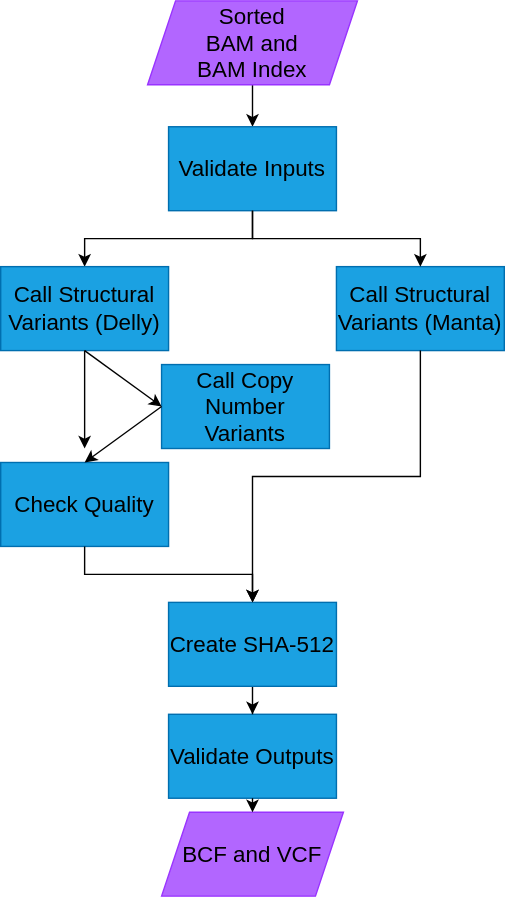
Earlier version of the draw.io export call-gSV-flowchart-diagram.drawio.svg (uclahs-cds/pipeline-call-gSV). Source tidied: cells renumbered, new cells last; positions are measured from the earlier drawing's top-left corner, leaving out a move shared by most shapes.
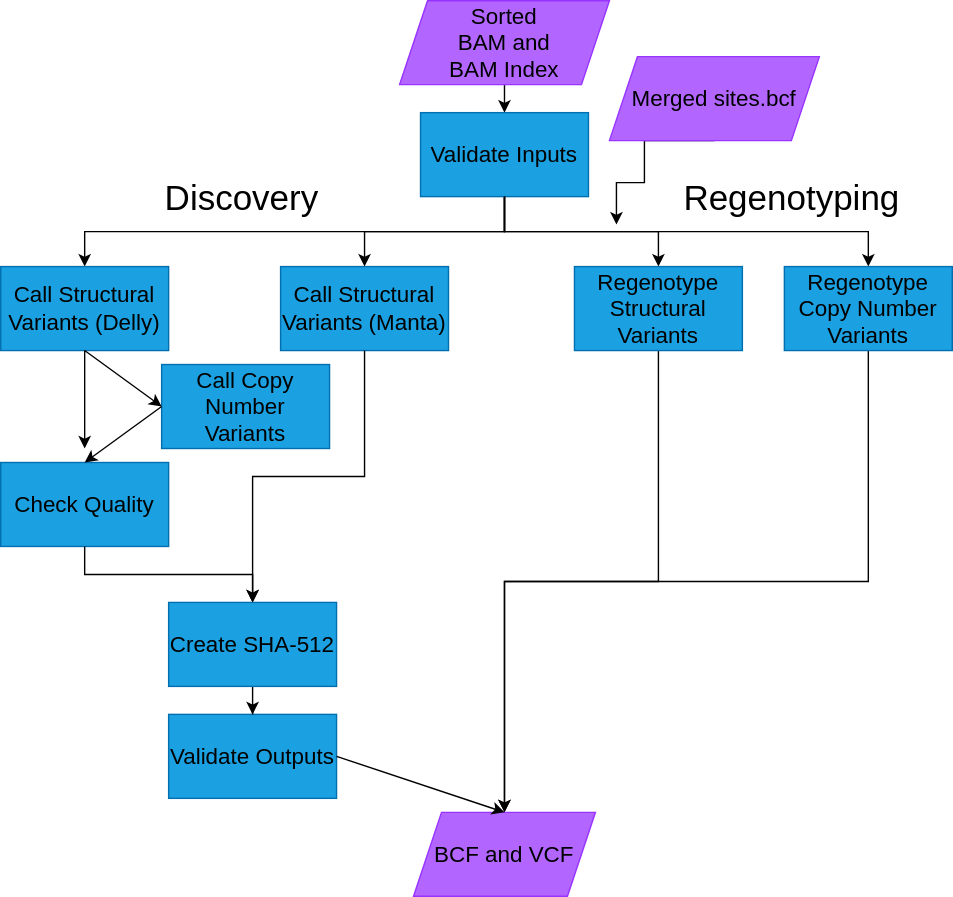
After the commit.

Commit message:
Updates to documentation for Manta and regenotype additions

The edit, as a diff of the source:
```diff
@@ -6,10 +6,16 @@
       <mxGeometry relative="1" as="geometry" />
     </mxCell>
     <mxCell id="3" value="Sorted &lt;br style=&quot;font-size: 16px;&quot;&gt;BAM and &lt;br style=&quot;font-size: 16px;&quot;&gt;BAM Index" style="shape=parallelogram;perimeter=parallelogramPerimeter;whiteSpace=wrap;html=1;fixedSize=1;fillColor=#B266FF;strokeColor=#9933FF;fontSize=16;fontColor=#000000;" parent="1" vertex="1">
-      <mxGeometry x="105" width="150" height="60" as="geometry" />
+      <mxGeometry x="285" width="150" height="60" as="geometry" />
     </mxCell>
+    <mxCell id="21" style="edgeStyle=orthogonalEdgeStyle;rounded=0;jettySize=auto;html=1;exitX=0.5;exitY=1;exitDx=0;exitDy=0;entryX=0.5;entryY=0;entryDx=0;entryDy=0;fontSize=25;" parent="1" edge="1" source="4" target="28">
+      <mxGeometry relative="1" as="geometry" />
+    </mxCell>
+    <mxCell id="22" style="edgeStyle=orthogonalEdgeStyle;rounded=0;jettySize=auto;html=1;exitX=0.5;exitY=1;exitDx=0;exitDy=0;fontSize=25;" parent="1" edge="1" source="4" target="30">
+      <mxGeometry relative="1" as="geometry" />
+    </mxCell>
     <mxCell id="4" value="Validate Inputs" style="rounded=0;whiteSpace=wrap;html=1;fillColor=#1ba1e2;strokeColor=#006EAF;fontColor=#000000;fontSize=16;" parent="1" vertex="1">
-      <mxGeometry x="120" y="90" width="120" height="60" as="geometry" />
+      <mxGeometry x="300" y="80" width="120" height="60" as="geometry" />
     </mxCell>
     <mxCell id="5" style="edgeStyle=orthogonalEdgeStyle;rounded=0;jettySize=auto;html=1;exitX=0.5;exitY=1;exitDx=0;exitDy=0;entryX=0.5;entryY=0;entryDx=0;entryDy=0;strokeColor=#000000;" parent="1" edge="1" source="4" target="6">
       <mxGeometry relative="1" as="geometry" />
@@ -27,12 +33,12 @@
       <mxGeometry x="120" y="510" width="120" height="60" as="geometry" />
     </mxCell>
     <mxCell id="10" value="BCF and VCF" style="shape=parallelogram;perimeter=parallelogramPerimeter;whiteSpace=wrap;html=1;fixedSize=1;fillColor=#B266FF;strokeColor=#9933FF;fontSize=16;fontColor=#000000;" parent="1" vertex="1">
-      <mxGeometry x="115" y="580" width="130" height="60" as="geometry" />
+      <mxGeometry x="295" y="580" width="130" height="60" as="geometry" />
     </mxCell>
     <mxCell id="11" style="edgeStyle=orthogonalEdgeStyle;rounded=0;jettySize=auto;html=1;strokeColor=#000000;" parent="1" edge="1" source="13" target="9">
       <mxGeometry relative="1" as="geometry" />
     </mxCell>
-    <mxCell id="12" style="endArrow=classic;html=1;exitX=0.5;exitY=1;exitDx=0;exitDy=0;entryX=0.5;entryY=0;entryDx=0;entryDy=0;" parent="1" edge="1" source="9" target="10">
+    <mxCell id="12" style="endArrow=classic;html=1;exitX=1;exitY=0.5;exitDx=0;exitDy=0;entryX=0.5;entryY=0;entryDx=0;entryDy=0;" parent="1" edge="1" source="9" target="10">
       <mxGeometry relative="1" as="geometry" />
     </mxCell>
     <mxCell id="13" value="Create SHA-512" style="rounded=0;whiteSpace=wrap;html=1;fillColor=#1ba1e2;strokeColor=#006EAF;fontColor=#000000;fontSize=16;" parent="1" vertex="1">
@@ -53,7 +59,7 @@
       </mxGeometry>
     </mxCell>
     <mxCell id="18" value="Call Structural Variants (Manta)" style="rounded=0;whiteSpace=wrap;html=1;fillColor=#1ba1e2;strokeColor=#006EAF;fontColor=#000000;fontSize=16;" parent="1" vertex="1">
-      <mxGeometry x="240" y="190" width="120" height="60" as="geometry" />
+      <mxGeometry x="200" y="190" width="120" height="60" as="geometry" />
     </mxCell>
     <mxCell id="19" style="edgeStyle=orthogonalEdgeStyle;rounded=0;jettySize=auto;html=1;exitX=0.5;exitY=1;exitDx=0;exitDy=0;entryX=0.5;entryY=0;entryDx=0;entryDy=0;strokeColor=#000000;" parent="1" edge="1" source="4" target="18">
       <mxGeometry relative="1" as="geometry" />
@@ -61,5 +67,40 @@
     <mxCell id="20" style="edgeStyle=orthogonalEdgeStyle;rounded=0;jettySize=auto;html=1;exitX=0.5;exitY=1;exitDx=0;exitDy=0;entryX=0.5;entryY=0;entryDx=0;entryDy=0;strokeColor=#000000;" parent="1" edge="1" source="18" target="13">
       <mxGeometry relative="1" as="geometry" />
     </mxCell>
+    <mxCell id="23" style="edgeStyle=orthogonalEdgeStyle;rounded=0;jettySize=auto;html=1;exitX=0.5;exitY=1;exitDx=0;exitDy=0;fontSize=25;" parent="1" edge="1" source="24">
+      <mxGeometry relative="1" as="geometry">
+        <mxPoint x="440" y="160" as="targetPoint" />
+        <Array as="points">
+          <mxPoint x="460" y="100" />
+          <mxPoint x="460" y="130" />
+          <mxPoint x="440" y="130" />
+        </Array>
+      </mxGeometry>
+    </mxCell>
+    <mxCell id="24" value="Merged sites.bcf" style="shape=parallelogram;perimeter=parallelogramPerimeter;whiteSpace=wrap;html=1;fixedSize=1;fillColor=#B266FF;strokeColor=#9933FF;fontSize=16;fontColor=#000000;" parent="1" vertex="1">
+      <mxGeometry x="435" y="40" width="150" height="60" as="geometry" />
+    </mxCell>
+    <mxCell id="25" value="&lt;div style=&quot;font-size: 25px;&quot;&gt;Discovery&lt;/div&gt;" style="text;html=1;strokeColor=none;fillColor=none;align=center;verticalAlign=middle;whiteSpace=wrap;rounded=0;fontSize=25;" parent="1" vertex="1">
+      <mxGeometry x="75" y="110" width="195" height="60" as="geometry" />
+    </mxCell>
+    <mxCell id="26" value="Regenotyping" style="text;html=1;strokeColor=none;fillColor=none;align=center;verticalAlign=middle;whiteSpace=wrap;rounded=0;fontSize=25;" parent="1" vertex="1">
+      <mxGeometry x="467.5" y="110" width="195" height="60" as="geometry" />
+    </mxCell>
+    <mxCell id="27" style="edgeStyle=orthogonalEdgeStyle;rounded=0;jettySize=auto;html=1;exitX=0.5;exitY=1;exitDx=0;exitDy=0;fontSize=25;" parent="1" edge="1" source="28">
+      <mxGeometry relative="1" as="geometry">
+        <mxPoint x="360" y="580" as="targetPoint" />
+      </mxGeometry>
+    </mxCell>
+    <mxCell id="28" value="Regenotype Structural Variants" style="rounded=0;whiteSpace=wrap;html=1;fillColor=#1ba1e2;strokeColor=#006EAF;fontColor=#000000;fontSize=16;" parent="1" vertex="1">
+      <mxGeometry x="410" y="190" width="120" height="60" as="geometry" />
+    </mxCell>
+    <mxCell id="29" style="edgeStyle=orthogonalEdgeStyle;rounded=0;jettySize=auto;html=1;exitX=0.5;exitY=1;exitDx=0;exitDy=0;fontSize=25;" parent="1" edge="1" source="30">
+      <mxGeometry relative="1" as="geometry">
+        <mxPoint x="360" y="580" as="targetPoint" />
+      </mxGeometry>
+    </mxCell>
+    <mxCell id="30" value="Regenotype Copy Number Variants" style="rounded=0;whiteSpace=wrap;html=1;fillColor=#1ba1e2;strokeColor=#006EAF;fontColor=#000000;fontSize=16;" parent="1" vertex="1">
+      <mxGeometry x="560" y="190" width="120" height="60" as="geometry" />
+    </mxCell>
   </root>
 </mxGraphModel>
```
